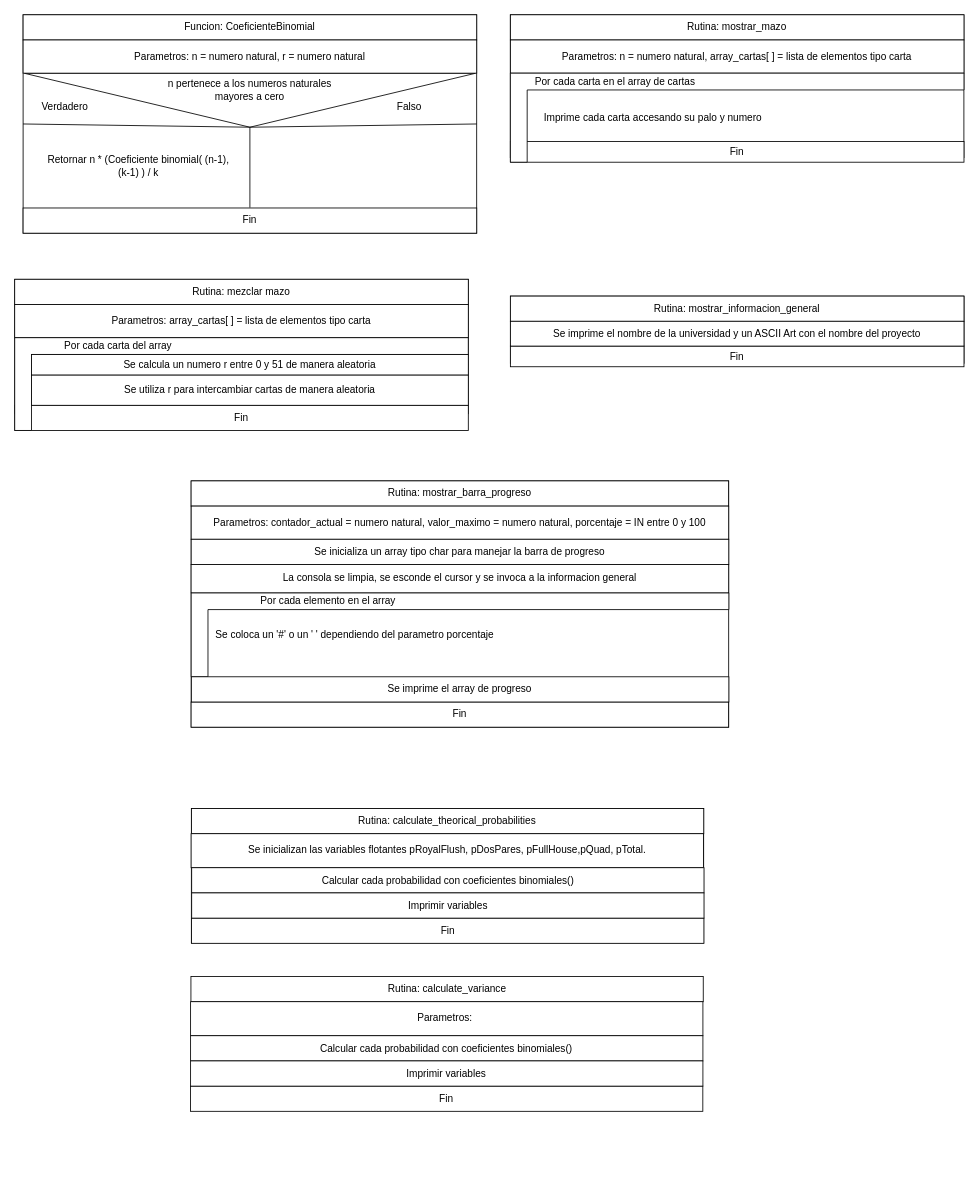
Above: page "Page-1" (1 of 2) of diagramas_proyecto1.drawio in ealpizarp/poker_probabilities (draw.io), before the change. Source tidied: cells renumbered, new cells numbered last; positions are measured from the earlier drawing's top-left corner, leaving out a move shared by most shapes. Both pictures are drawn from the tidied source at 84%, with x=0, y=0 at pixel (14, -126).
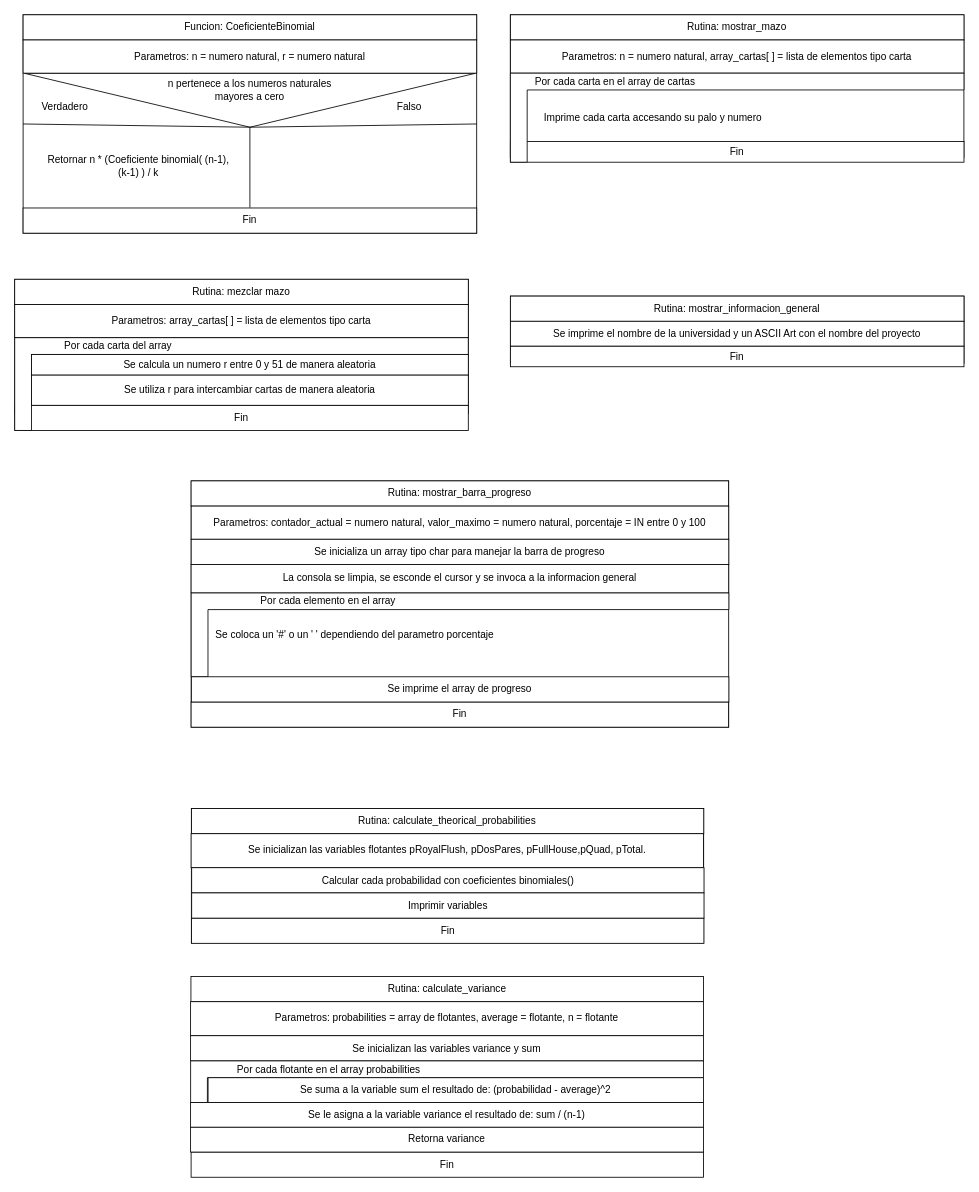
After the change.

Change to the diagram source:
```diff
@@
     <mxCell id="49" value="Rutina: calculate_variance" style="rounded=0;whiteSpace=wrap;html=1;" parent="1" vertex="1">
-      <mxGeometry x="209.8" y="1312" width="609.9" height="30" as="geometry" />
+      <mxGeometry x="209.8" y="1312" width="610.2" height="30" as="geometry" />
     </mxCell>
     <mxCell id="50" value="Fin" style="rounded=0;whiteSpace=wrap;html=1;" parent="1" vertex="1">
-      <mxGeometry x="209.2" y="1442.5" width="610" height="30" as="geometry" />
+      <mxGeometry x="210" y="1521" width="610" height="30" as="geometry" />
     </mxCell>
-    <mxCell id="51" value="Parametros:&amp;nbsp;" style="rounded=0;whiteSpace=wrap;html=1;" parent="1" vertex="1">
-      <mxGeometry x="209.4" y="1342" width="609.9" height="40.5" as="geometry" />
-    </mxCell>
-    <mxCell id="52" value="Calcular cada probabilidad con coeficientes binomiales()" style="rounded=0;whiteSpace=wrap;html=1;" parent="1" vertex="1">
-      <mxGeometry x="209.4" y="1382.5" width="609.9" height="30" as="geometry" />
-    </mxCell>
-    <mxCell id="53" value="Imprimir variables" style="rounded=0;whiteSpace=wrap;html=1;" parent="1" vertex="1">
-      <mxGeometry x="209.4" y="1412.5" width="609.9" height="30" as="geometry" />
-    </mxCell>
+    <mxCell id="54" value="Parametros: probabilities = array de flotantes, average = flotante, n = flotante" style="rounded=0;whiteSpace=wrap;html=1;" parent="1" vertex="1">
+      <mxGeometry x="209.4" y="1342" width="610.6" height="40.5" as="geometry" />
+    </mxCell>
+    <mxCell id="55" value="Se inicializan las variables variance y sum" style="rounded=0;whiteSpace=wrap;html=1;" parent="1" vertex="1">
+      <mxGeometry x="209.4" y="1382.5" width="610.6" height="30" as="geometry" />
+    </mxCell>
+    <mxCell id="56" style="shape=corner;whiteSpace=wrap;html=1;" parent="1" vertex="1">
+      <mxGeometry x="209.4" y="1412.5" width="610.6" height="49.5" as="geometry" />
+    </mxCell>
+    <mxCell id="57" value="Por cada flotante en el array probabilities" style="text;html=1;strokeColor=none;fillColor=none;align=center;verticalAlign=middle;whiteSpace=wrap;rounded=0;" parent="1" vertex="1">
+      <mxGeometry x="219.2" y="1412.5" width="309.9" height="20" as="geometry" />
+    </mxCell>
+    <mxCell id="58" value="Se suma a la variable sum el resultado de: (probabilidad - average)^2" style="rounded=0;whiteSpace=wrap;html=1;" parent="1" vertex="1">
+      <mxGeometry x="230.2" y="1432.5" width="589.8" height="29.5" as="geometry" />
+    </mxCell>
+    <mxCell id="59" value="Se le asigna a la variable variance el resultado de: sum / (n-1)" style="rounded=0;whiteSpace=wrap;html=1;" parent="1" vertex="1">
+      <mxGeometry x="209.4" y="1462" width="610.6" height="29.5" as="geometry" />
+    </mxCell>
+    <mxCell id="60" value="Retorna variance" style="rounded=0;whiteSpace=wrap;html=1;" parent="1" vertex="1">
+      <mxGeometry x="209.4" y="1491.5" width="610.6" height="29.5" as="geometry" />
+    </mxCell>
```
